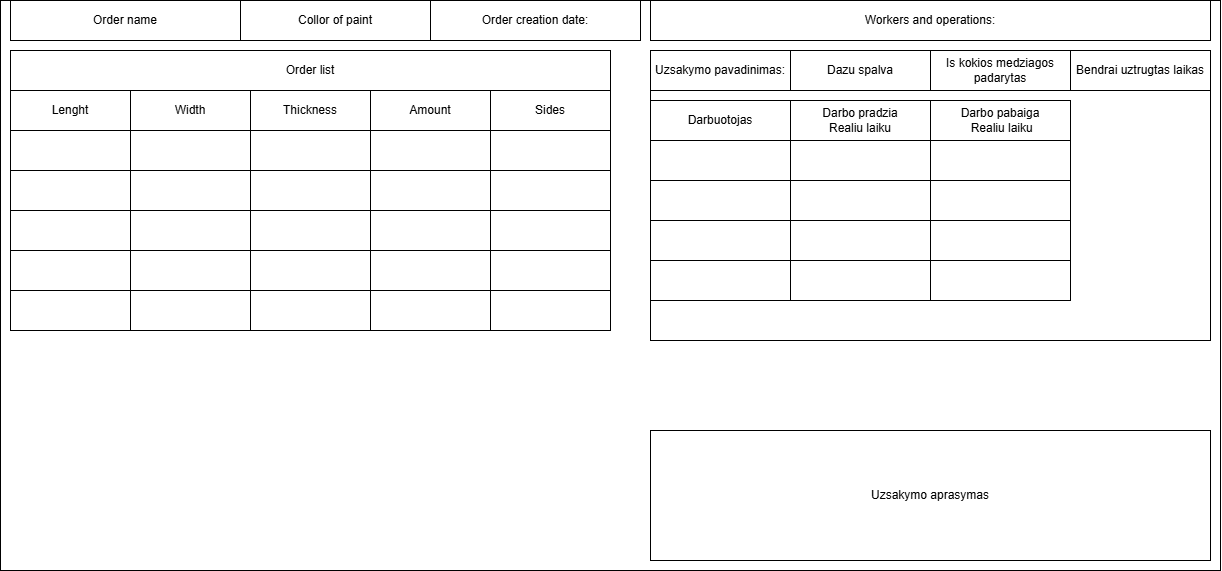
Before: VieweOrder.png, a diagram exported from draw.io (EdvinasAntanaitis/BaigiamasisDarbas). Source tidied: cells renumbered, new cells last; positions are measured from the earlier drawing's top-left corner, leaving out a move shared by most shapes. The source it was exported from:
```xml
<mxGraphModel>
  <root>
    <mxCell id="0" />
    <mxCell id="1" parent="0" />
    <mxCell id="2" style="rounded=0;whiteSpace=wrap;html=1;" parent="1" vertex="1">
      <mxGeometry width="1220" height="570" as="geometry" />
    </mxCell>
    <mxCell id="3" value="Order name" style="rounded=0;whiteSpace=wrap;html=1;" parent="1" vertex="1">
      <mxGeometry x="10" width="230" height="40" as="geometry" />
    </mxCell>
    <mxCell id="4" value="Order creation date:" style="rounded=0;whiteSpace=wrap;html=1;" parent="1" vertex="1">
      <mxGeometry x="430" width="210" height="40" as="geometry" />
    </mxCell>
    <mxCell id="5" value="Collor of paint" style="rounded=0;whiteSpace=wrap;html=1;" parent="1" vertex="1">
      <mxGeometry x="240" width="190" height="40" as="geometry" />
    </mxCell>
    <mxCell id="6" value="Order list" style="rounded=0;whiteSpace=wrap;html=1;" parent="1" vertex="1">
      <mxGeometry x="10" y="50" width="600" height="40" as="geometry" />
    </mxCell>
    <mxCell id="7" value="Lenght" style="rounded=0;whiteSpace=wrap;html=1;" parent="1" vertex="1">
      <mxGeometry x="10" y="90" width="120" height="40" as="geometry" />
    </mxCell>
    <mxCell id="8" value="Width" style="rounded=0;whiteSpace=wrap;html=1;" parent="1" vertex="1">
      <mxGeometry x="130" y="90" width="120" height="40" as="geometry" />
    </mxCell>
    <mxCell id="9" value="Thickness" style="rounded=0;whiteSpace=wrap;html=1;" parent="1" vertex="1">
      <mxGeometry x="250" y="90" width="120" height="40" as="geometry" />
    </mxCell>
    <mxCell id="10" value="Amount" style="rounded=0;whiteSpace=wrap;html=1;" parent="1" vertex="1">
      <mxGeometry x="370" y="90" width="120" height="40" as="geometry" />
    </mxCell>
    <mxCell id="11" value="Sides" style="rounded=0;whiteSpace=wrap;html=1;direction=south;" parent="1" vertex="1">
      <mxGeometry x="490" y="90" width="120" height="40" as="geometry" />
    </mxCell>
    <mxCell id="12" style="rounded=0;whiteSpace=wrap;html=1;" parent="1" vertex="1">
      <mxGeometry x="10" y="130" width="120" height="40" as="geometry" />
    </mxCell>
    <mxCell id="13" style="rounded=0;whiteSpace=wrap;html=1;" parent="1" vertex="1">
      <mxGeometry x="10" y="210" width="120" height="40" as="geometry" />
    </mxCell>
    <mxCell id="14" style="rounded=0;whiteSpace=wrap;html=1;" parent="1" vertex="1">
      <mxGeometry x="10" y="170" width="120" height="40" as="geometry" />
    </mxCell>
    <mxCell id="15" style="rounded=0;whiteSpace=wrap;html=1;" parent="1" vertex="1">
      <mxGeometry x="490" y="170" width="120" height="40" as="geometry" />
    </mxCell>
    <mxCell id="16" style="rounded=0;whiteSpace=wrap;html=1;" parent="1" vertex="1">
      <mxGeometry x="250" y="130" width="120" height="40" as="geometry" />
    </mxCell>
    <mxCell id="17" style="rounded=0;whiteSpace=wrap;html=1;" parent="1" vertex="1">
      <mxGeometry x="130" y="130" width="120" height="40" as="geometry" />
    </mxCell>
    <mxCell id="18" style="rounded=0;whiteSpace=wrap;html=1;" parent="1" vertex="1">
      <mxGeometry x="10" y="250" width="120" height="40" as="geometry" />
    </mxCell>
    <mxCell id="19" style="rounded=0;whiteSpace=wrap;html=1;" parent="1" vertex="1">
      <mxGeometry x="130" y="170" width="120" height="40" as="geometry" />
    </mxCell>
    <mxCell id="20" style="rounded=0;whiteSpace=wrap;html=1;" parent="1" vertex="1">
      <mxGeometry x="130" y="290" width="120" height="40" as="geometry" />
    </mxCell>
    <mxCell id="21" style="rounded=0;whiteSpace=wrap;html=1;" parent="1" vertex="1">
      <mxGeometry x="370" y="250" width="120" height="40" as="geometry" />
    </mxCell>
    <mxCell id="22" style="rounded=0;whiteSpace=wrap;html=1;" parent="1" vertex="1">
      <mxGeometry x="130" y="250" width="120" height="40" as="geometry" />
    </mxCell>
    <mxCell id="23" style="rounded=0;whiteSpace=wrap;html=1;" parent="1" vertex="1">
      <mxGeometry x="250" y="250" width="120" height="40" as="geometry" />
    </mxCell>
    <mxCell id="24" style="rounded=0;whiteSpace=wrap;html=1;" parent="1" vertex="1">
      <mxGeometry x="370" y="290" width="120" height="40" as="geometry" />
    </mxCell>
    <mxCell id="25" style="rounded=0;whiteSpace=wrap;html=1;" parent="1" vertex="1">
      <mxGeometry x="250" y="290" width="120" height="40" as="geometry" />
    </mxCell>
    <mxCell id="26" style="rounded=0;whiteSpace=wrap;html=1;" parent="1" vertex="1">
      <mxGeometry x="490" y="290" width="120" height="40" as="geometry" />
    </mxCell>
    <mxCell id="27" style="rounded=0;whiteSpace=wrap;html=1;" parent="1" vertex="1">
      <mxGeometry x="130" y="210" width="120" height="40" as="geometry" />
    </mxCell>
    <mxCell id="28" style="rounded=0;whiteSpace=wrap;html=1;" parent="1" vertex="1">
      <mxGeometry x="250" y="210" width="120" height="40" as="geometry" />
    </mxCell>
    <mxCell id="29" style="rounded=0;whiteSpace=wrap;html=1;" parent="1" vertex="1">
      <mxGeometry x="370" y="210" width="120" height="40" as="geometry" />
    </mxCell>
    <mxCell id="30" style="rounded=0;whiteSpace=wrap;html=1;" parent="1" vertex="1">
      <mxGeometry x="490" y="250" width="120" height="40" as="geometry" />
    </mxCell>
    <mxCell id="31" style="rounded=0;whiteSpace=wrap;html=1;" parent="1" vertex="1">
      <mxGeometry x="490" y="210" width="120" height="40" as="geometry" />
    </mxCell>
    <mxCell id="32" style="rounded=0;whiteSpace=wrap;html=1;" parent="1" vertex="1">
      <mxGeometry x="10" y="290" width="120" height="40" as="geometry" />
    </mxCell>
    <mxCell id="33" style="rounded=0;whiteSpace=wrap;html=1;" parent="1" vertex="1">
      <mxGeometry x="250" y="170" width="120" height="40" as="geometry" />
    </mxCell>
    <mxCell id="34" style="rounded=0;whiteSpace=wrap;html=1;" parent="1" vertex="1">
      <mxGeometry x="370" y="170" width="120" height="40" as="geometry" />
    </mxCell>
    <mxCell id="35" style="rounded=0;whiteSpace=wrap;html=1;" parent="1" vertex="1">
      <mxGeometry x="490" y="130" width="120" height="40" as="geometry" />
    </mxCell>
    <mxCell id="36" style="rounded=0;whiteSpace=wrap;html=1;" parent="1" vertex="1">
      <mxGeometry x="370" y="130" width="120" height="40" as="geometry" />
    </mxCell>
    <mxCell id="37" value="Workers and operations:" style="rounded=0;whiteSpace=wrap;html=1;" parent="1" vertex="1">
      <mxGeometry x="650" width="560" height="40" as="geometry" />
    </mxCell>
    <mxCell id="38" style="rounded=0;whiteSpace=wrap;html=1;" parent="1" vertex="1">
      <mxGeometry x="650" y="50" width="560" height="290" as="geometry" />
    </mxCell>
    <mxCell id="39" value="Uzsakymo pavadinimas:" style="rounded=0;whiteSpace=wrap;html=1;" parent="1" vertex="1">
      <mxGeometry x="650" y="50" width="140" height="40" as="geometry" />
    </mxCell>
    <mxCell id="40" value="Darbuotojas" style="rounded=0;whiteSpace=wrap;html=1;" parent="1" vertex="1">
      <mxGeometry x="650" y="100" width="140" height="40" as="geometry" />
    </mxCell>
    <mxCell id="41" value="Darbo pradzia&lt;div&gt;Realiu laiku&lt;/div&gt;" style="rounded=0;whiteSpace=wrap;html=1;" parent="1" vertex="1">
      <mxGeometry x="790" y="100" width="140" height="40" as="geometry" />
    </mxCell>
    <mxCell id="42" value="Darbo pabaiga&lt;div&gt;&amp;nbsp;Realiu laiku&lt;/div&gt;" style="rounded=0;whiteSpace=wrap;html=1;" parent="1" vertex="1">
      <mxGeometry x="930" y="100" width="140" height="40" as="geometry" />
    </mxCell>
    <mxCell id="43" value="Bendrai uztrugtas laikas" style="rounded=0;whiteSpace=wrap;html=1;" parent="1" vertex="1">
      <mxGeometry x="1070" y="50" width="140" height="40" as="geometry" />
    </mxCell>
    <mxCell id="44" value="Is kokios medziagos padarytas" style="rounded=0;whiteSpace=wrap;html=1;" parent="1" vertex="1">
      <mxGeometry x="930" y="50" width="140" height="40" as="geometry" />
    </mxCell>
    <mxCell id="45" value="Dazu spalva" style="rounded=0;whiteSpace=wrap;html=1;" parent="1" vertex="1">
      <mxGeometry x="790" y="50" width="140" height="40" as="geometry" />
    </mxCell>
    <mxCell id="46" style="rounded=0;whiteSpace=wrap;html=1;" parent="1" vertex="1">
      <mxGeometry x="650" y="140" width="140" height="40" as="geometry" />
    </mxCell>
    <mxCell id="47" style="rounded=0;whiteSpace=wrap;html=1;" parent="1" vertex="1">
      <mxGeometry x="650" y="180" width="140" height="40" as="geometry" />
    </mxCell>
    <mxCell id="48" style="rounded=0;whiteSpace=wrap;html=1;" parent="1" vertex="1">
      <mxGeometry x="650" y="220" width="140" height="40" as="geometry" />
    </mxCell>
    <mxCell id="49" style="rounded=0;whiteSpace=wrap;html=1;" parent="1" vertex="1">
      <mxGeometry x="930" y="180" width="140" height="40" as="geometry" />
    </mxCell>
    <mxCell id="50" style="rounded=0;whiteSpace=wrap;html=1;" parent="1" vertex="1">
      <mxGeometry x="930" y="260" width="140" height="40" as="geometry" />
    </mxCell>
    <mxCell id="51" style="rounded=0;whiteSpace=wrap;html=1;" parent="1" vertex="1">
      <mxGeometry x="790" y="260" width="140" height="40" as="geometry" />
    </mxCell>
    <mxCell id="52" style="rounded=0;whiteSpace=wrap;html=1;" parent="1" vertex="1">
      <mxGeometry x="650" y="260" width="140" height="40" as="geometry" />
    </mxCell>
    <mxCell id="53" style="rounded=0;whiteSpace=wrap;html=1;" parent="1" vertex="1">
      <mxGeometry x="790" y="220" width="140" height="40" as="geometry" />
    </mxCell>
    <mxCell id="54" style="rounded=0;whiteSpace=wrap;html=1;" parent="1" vertex="1">
      <mxGeometry x="790" y="180" width="140" height="40" as="geometry" />
    </mxCell>
    <mxCell id="55" style="rounded=0;whiteSpace=wrap;html=1;" parent="1" vertex="1">
      <mxGeometry x="930" y="220" width="140" height="40" as="geometry" />
    </mxCell>
    <mxCell id="56" style="rounded=0;whiteSpace=wrap;html=1;" parent="1" vertex="1">
      <mxGeometry x="790" y="140" width="140" height="40" as="geometry" />
    </mxCell>
    <mxCell id="57" style="rounded=0;whiteSpace=wrap;html=1;" parent="1" vertex="1">
      <mxGeometry x="930" y="140" width="140" height="40" as="geometry" />
    </mxCell>
    <mxCell id="58" value="Uzsakymo aprasymas" style="rounded=0;whiteSpace=wrap;html=1;" parent="1" vertex="1">
      <mxGeometry x="650" y="430" width="560" height="130" as="geometry" />
    </mxCell>
  </root>
</mxGraphModel>
```
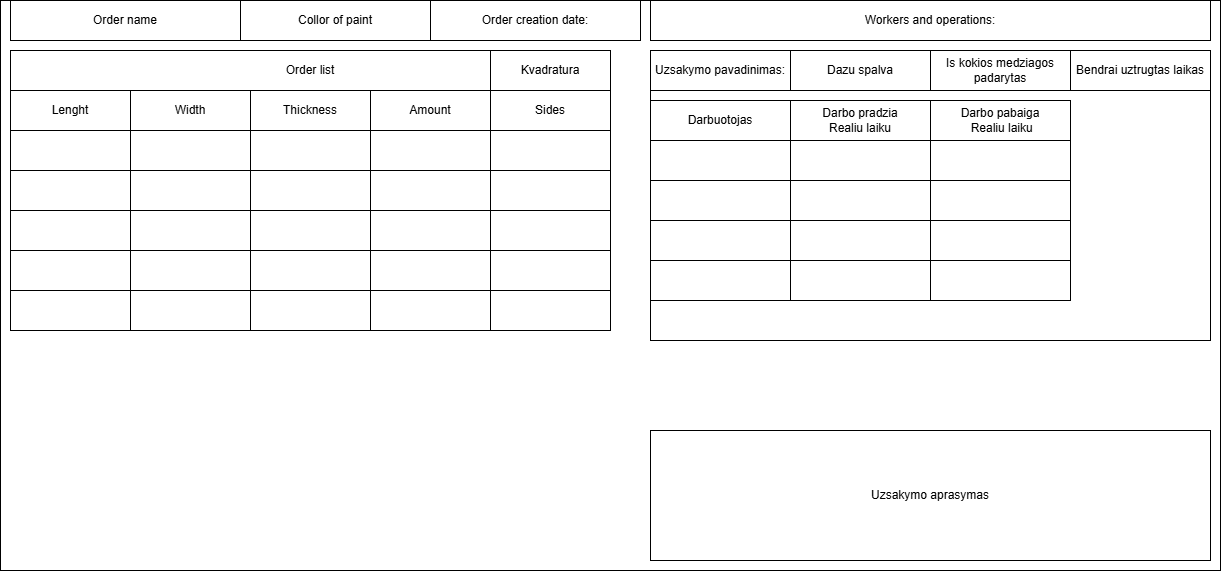
The same file after the commit.

The edit, as a diff of the source:
```diff
@@ -173,5 +173,8 @@
     <mxCell id="58" value="Uzsakymo aprasymas" style="rounded=0;whiteSpace=wrap;html=1;" parent="1" vertex="1">
       <mxGeometry x="650" y="430" width="560" height="130" as="geometry" />
     </mxCell>
+    <mxCell id="59" value="Kvadratura" style="rounded=0;whiteSpace=wrap;html=1;" parent="1" vertex="1">
+      <mxGeometry x="490" y="50" width="120" height="40" as="geometry" />
+    </mxCell>
   </root>
 </mxGraphModel>
```
